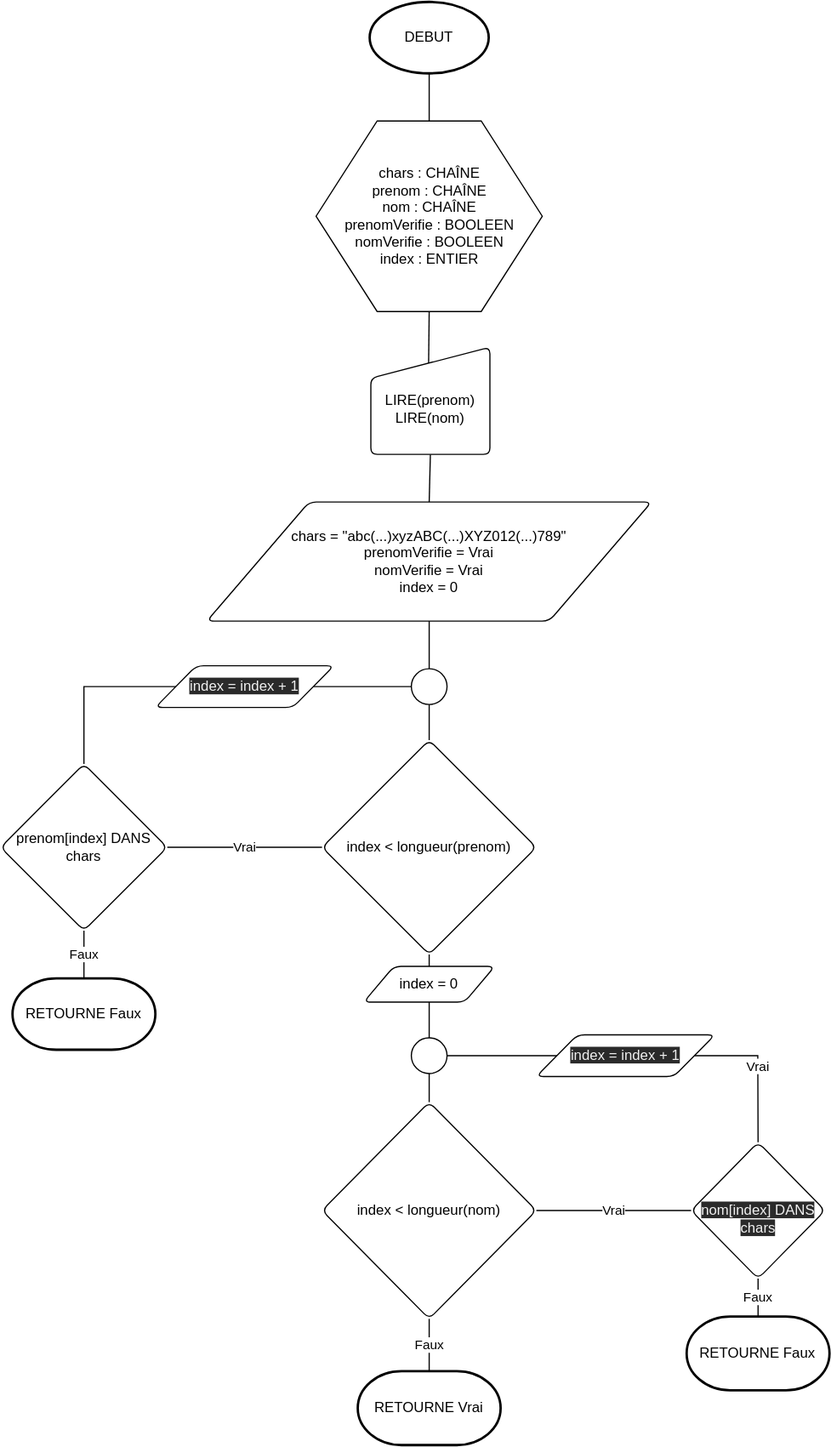
Before: 0869/user_project/diagrams/check_name.drawio.svg, a diagram exported from draw.io (katseyres/esa). Source tidied: cells renumbered, new cells last; positions are measured from the earlier drawing's top-left corner, leaving out a move shared by most shapes.
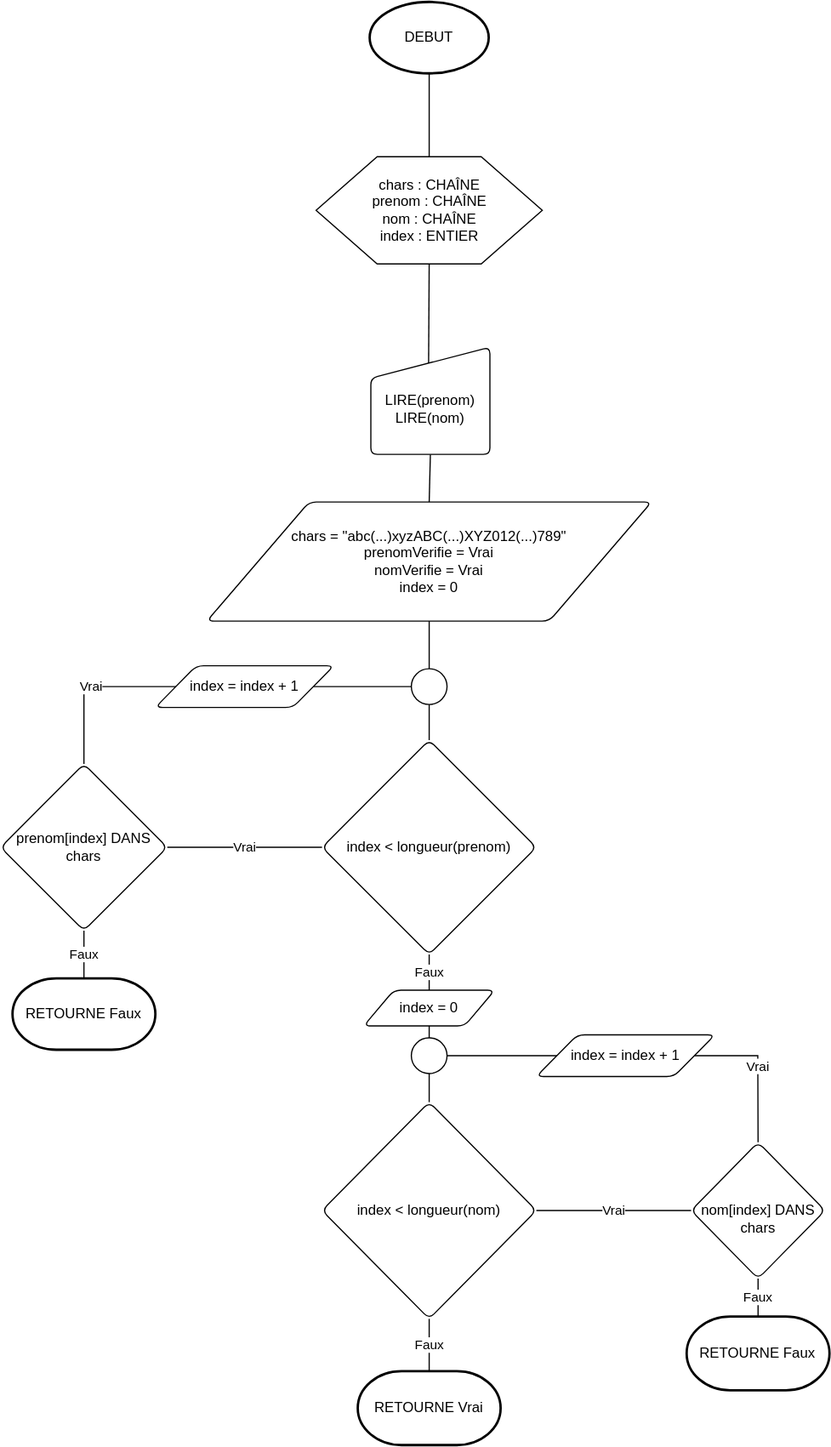
The same diagram one commit later.

What changed in the source:
```diff
@@ -11,8 +11,8 @@
     <mxCell id="4" style="edgeStyle=none;html=1;exitX=0.5;exitY=1;exitDx=0;exitDy=0;entryX=0.485;entryY=0.167;entryDx=0;entryDy=0;endArrow=none;endFill=0;entryPerimeter=0;" parent="1" edge="1" source="5" target="7">
       <mxGeometry relative="1" as="geometry" />
     </mxCell>
-    <mxCell id="5" value="chars : CHAÎNE&lt;br&gt;prenom : CHAÎNE&lt;br&gt;nom : CHAÎNE&lt;br&gt;prenomVerifie : BOOLEEN&lt;br&gt;nomVerifie : BOOLEEN&lt;br&gt;index : ENTIER" style="verticalLabelPosition=centerverticalAlign=center;html=1;shape=hexagon;perimeter=hexagonPerimeter2;arcSize=6;size=0.27;" parent="1" vertex="1">
-      <mxGeometry x="265" y="100" width="190" height="160" as="geometry" />
+    <mxCell id="5" value="chars : CHAÎNE&lt;br&gt;prenom : CHAÎNE&lt;br&gt;nom : CHAÎNE&lt;br&gt;index : ENTIER" style="verticalLabelPosition=centerverticalAlign=center;html=1;shape=hexagon;perimeter=hexagonPerimeter2;arcSize=6;size=0.27;" parent="1" vertex="1">
+      <mxGeometry x="265" y="130" width="190" height="90" as="geometry" />
     </mxCell>
     <mxCell id="6" style="edgeStyle=none;html=1;exitX=0.5;exitY=1;exitDx=0;exitDy=0;entryX=0.5;entryY=0;entryDx=0;entryDy=0;endArrow=none;endFill=0;" parent="1" edge="1" source="7" target="8">
       <mxGeometry relative="1" as="geometry" />
@@ -26,7 +26,7 @@
     <mxCell id="9" value="Vrai" style="edgeStyle=none;html=1;endArrow=none;endFill=0;" parent="1" edge="1" source="11" target="17">
       <mxGeometry relative="1" as="geometry" />
     </mxCell>
-    <mxCell id="10" style="edgeStyle=none;rounded=0;html=1;exitX=0.5;exitY=1;exitDx=0;exitDy=0;entryX=0.5;entryY=0;entryDx=0;entryDy=0;endArrow=none;endFill=0;" parent="1" edge="1" source="11" target="22">
+    <mxCell id="10" value="Faux" style="edgeStyle=none;rounded=0;html=1;exitX=0.5;exitY=1;exitDx=0;exitDy=0;entryX=0.5;entryY=0;entryDx=0;entryDy=0;endArrow=none;endFill=0;" parent="1" edge="1" source="11" target="22">
       <mxGeometry relative="1" as="geometry" />
     </mxCell>
     <mxCell id="11" value="index &amp;lt; longueur(prenom)" style="rhombus;whiteSpace=wrap;html=1;strokeWidth=1;rounded=1;arcSize=12;" parent="1" vertex="1">
@@ -44,7 +44,7 @@
     <mxCell id="15" value="Faux" style="edgeStyle=none;rounded=0;html=1;endArrow=none;endFill=0;" parent="1" edge="1" source="17" target="18">
       <mxGeometry relative="1" as="geometry" />
     </mxCell>
-    <mxCell id="16" style="edgeStyle=none;rounded=0;html=1;exitX=0.5;exitY=0;exitDx=0;exitDy=0;entryX=0;entryY=0.5;entryDx=0;entryDy=0;endArrow=none;endFill=0;" parent="1" edge="1" source="17" target="20">
+    <mxCell id="16" value="Vrai" style="edgeStyle=none;rounded=0;html=1;exitX=0.5;exitY=0;exitDx=0;exitDy=0;entryX=0;entryY=0.5;entryDx=0;entryDy=0;endArrow=none;endFill=0;" parent="1" edge="1" source="17" target="20">
       <mxGeometry relative="1" as="geometry">
         <Array as="points">
           <mxPoint x="70" y="575" />
@@ -60,14 +60,14 @@
     <mxCell id="19" style="edgeStyle=none;rounded=0;html=1;endArrow=none;endFill=0;" parent="1" edge="1" source="20" target="14">
       <mxGeometry relative="1" as="geometry" />
     </mxCell>
-    <mxCell id="20" value="&#10;&#10;&lt;span style=&quot;color: rgb(240, 240, 240); font-family: helvetica; font-size: 12px; font-style: normal; font-weight: 400; letter-spacing: normal; text-align: center; text-indent: 0px; text-transform: none; word-spacing: 0px; background-color: rgb(42, 42, 42); display: inline; float: none;&quot;&gt;index = index + 1&lt;/span&gt;&#10;&#10;" style="shape=parallelogram;html=1;strokeWidth=1;perimeter=parallelogramPerimeter;whiteSpace=wrap;rounded=1;arcSize=12;size=0.23;" parent="1" vertex="1">
+    <mxCell id="20" value="index = index + 1" style="shape=parallelogram;html=1;strokeWidth=1;perimeter=parallelogramPerimeter;whiteSpace=wrap;rounded=1;arcSize=12;size=0.23;" parent="1" vertex="1">
       <mxGeometry x="130" y="557.5" width="150" height="35" as="geometry" />
     </mxCell>
     <mxCell id="21" style="edgeStyle=none;rounded=0;html=1;endArrow=none;endFill=0;" parent="1" edge="1" source="22" target="31">
       <mxGeometry relative="1" as="geometry" />
     </mxCell>
     <mxCell id="22" value="index = 0" style="shape=parallelogram;html=1;strokeWidth=1;perimeter=parallelogramPerimeter;whiteSpace=wrap;rounded=1;arcSize=12;size=0.23;" parent="1" vertex="1">
-      <mxGeometry x="305" y="810" width="110" height="30" as="geometry" />
+      <mxGeometry x="305" y="830" width="110" height="30" as="geometry" />
     </mxCell>
     <mxCell id="23" value="Vrai" style="edgeStyle=none;rounded=0;html=1;endArrow=none;endFill=0;" parent="1" edge="1" source="25" target="28">
       <mxGeometry relative="1" as="geometry" />
@@ -88,7 +88,7 @@
         </Array>
       </mxGeometry>
     </mxCell>
-    <mxCell id="28" value="&lt;span style=&quot;color: rgb(240 , 240 , 240) ; font-family: &amp;#34;helvetica&amp;#34; ; font-size: 12px ; font-style: normal ; font-weight: 400 ; letter-spacing: normal ; text-align: center ; text-indent: 0px ; text-transform: none ; word-spacing: 0px ; background-color: rgb(42 , 42 , 42) ; display: inline ; float: none&quot;&gt;&lt;br&gt;nom[index] DANS chars&lt;/span&gt;" style="rhombus;whiteSpace=wrap;html=1;strokeWidth=1;rounded=1;arcSize=12;" parent="1" vertex="1">
+    <mxCell id="28" value="&lt;br&gt;nom[index] DANS chars" style="rhombus;whiteSpace=wrap;html=1;strokeWidth=1;rounded=1;arcSize=12;" parent="1" vertex="1">
       <mxGeometry x="580" y="957.8" width="112.5" height="114.5" as="geometry" />
     </mxCell>
     <mxCell id="29" value="RETOURNE Faux" style="strokeWidth=2;html=1;shape=mxgraph.flowchart.terminator;whiteSpace=wrap;" parent="1" vertex="1">
@@ -103,7 +103,7 @@
     <mxCell id="32" style="edgeStyle=none;rounded=0;html=1;endArrow=none;endFill=0;" parent="1" edge="1" source="33" target="31">
       <mxGeometry relative="1" as="geometry" />
     </mxCell>
-    <mxCell id="33" value="&#10;&#10;&lt;span style=&quot;color: rgb(240, 240, 240); font-family: helvetica; font-size: 12px; font-style: normal; font-weight: 400; letter-spacing: normal; text-align: center; text-indent: 0px; text-transform: none; word-spacing: 0px; background-color: rgb(42, 42, 42); display: inline; float: none;&quot;&gt;index = index + 1&lt;/span&gt;&#10;&#10;" style="shape=parallelogram;html=1;strokeWidth=1;perimeter=parallelogramPerimeter;whiteSpace=wrap;rounded=1;arcSize=12;size=0.23;" parent="1" vertex="1">
+    <mxCell id="33" value="index = index + 1" style="shape=parallelogram;html=1;strokeWidth=1;perimeter=parallelogramPerimeter;whiteSpace=wrap;rounded=1;arcSize=12;size=0.23;" parent="1" vertex="1">
       <mxGeometry x="450" y="867.5" width="150" height="35" as="geometry" />
     </mxCell>
     <mxCell id="34" value="RETOURNE Vrai" style="strokeWidth=2;html=1;shape=mxgraph.flowchart.terminator;whiteSpace=wrap;" parent="1" vertex="1">
```
